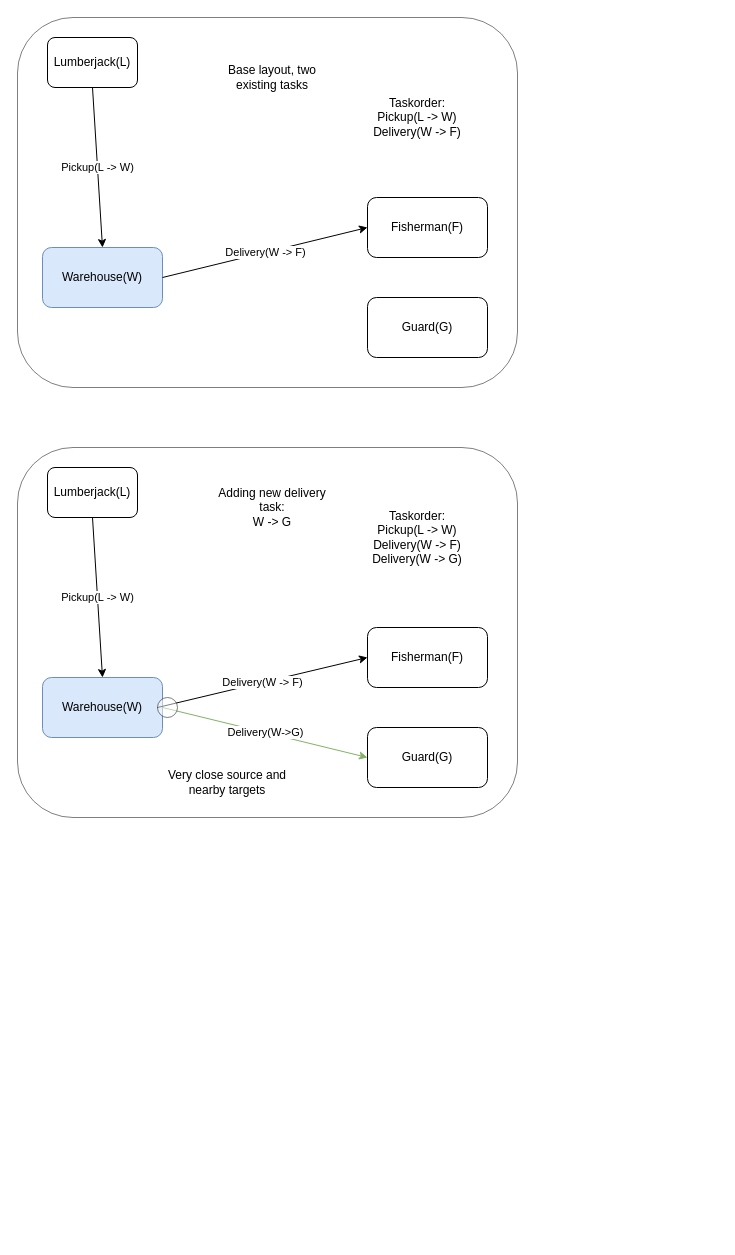
The draw.io diagram draw.IO/Deliveries.drawio in someaddons/minecoloniesDoc, before the edit. Source tidied: cells renumbered, new cells numbered last; positions are measured from the earlier drawing's top-left corner, leaving out a move shared by most shapes. Both pictures are drawn from the tidied source at 100%, with x=0, y=0 at pixel (17, 17).
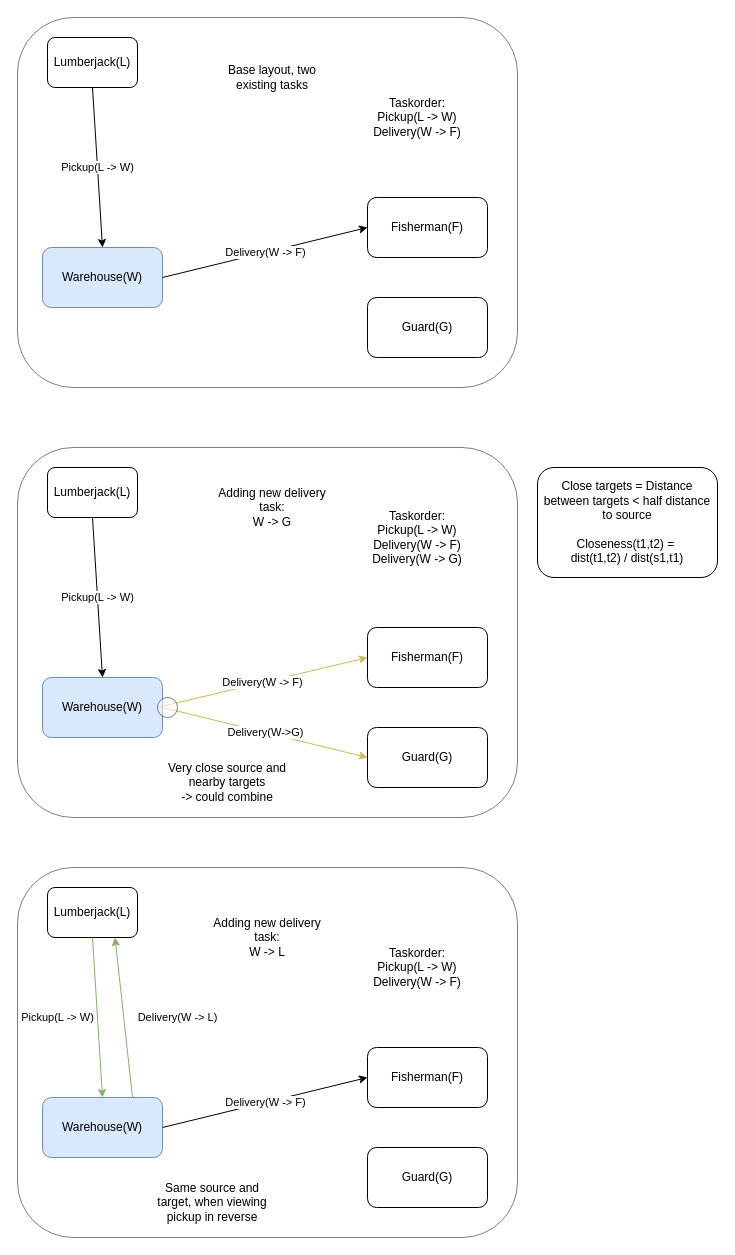
The same page after the edit.

The change refers to these unchanged cells:
```xml
<mxCell id="12" value="Warehouse(W)" style="rounded=1;whiteSpace=wrap;html=1;fillColor=#dae8fc;strokeColor=#6c8ebf;" parent="1" vertex="1">
  <mxGeometry x="25" y="660" width="120" height="60" as="geometry" />
</mxCell>
<mxCell id="14" value="Guard(G)" style="rounded=1;whiteSpace=wrap;html=1;" parent="1" vertex="1">
  <mxGeometry x="350" y="710" width="120" height="60" as="geometry" />
</mxCell>
<mxCell id="15" value="Fisherman(F)" style="rounded=1;whiteSpace=wrap;html=1;" parent="1" vertex="1">
  <mxGeometry x="350" y="610" width="120" height="60" as="geometry" />
</mxCell>
<mxCell id="23" style="ellipse;whiteSpace=wrap;html=1;opacity=50;" parent="1" vertex="1">
  <mxGeometry x="140" y="680" width="20" height="20" as="geometry" />
</mxCell>
```

What changed in the source:
```diff
@@
-    <mxCell id="16" value="Delivery(W -&amp;gt; F)" style="endArrow=classic;html=1;entryX=0;entryY=0.5;entryDx=0;entryDy=0;exitX=0;exitY=0.5;exitDx=0;exitDy=0;" parent="1" edge="1" source="23" target="15">
+    <mxCell id="16" value="Delivery(W -&amp;gt; F)" style="endArrow=classic;html=1;entryX=0;entryY=0.5;entryDx=0;entryDy=0;exitX=0;exitY=0.5;exitDx=0;exitDy=0;fillColor=#fff2cc;strokeColor=#d6b656;" parent="1" edge="1" source="23" target="15">
       <mxGeometry relative="1" as="geometry" />
     </mxCell>
@@
-    <mxCell id="22" value="Delivery(W-&amp;gt;G)" style="endArrow=classic;html=1;entryX=0;entryY=0.5;entryDx=0;entryDy=0;fillColor=#d5e8d4;strokeColor=#82b366;exitX=1;exitY=0.5;exitDx=0;exitDy=0;" parent="1" edge="1" source="12" target="14">
+    <mxCell id="22" value="Delivery(W-&amp;gt;G)" style="endArrow=classic;html=1;entryX=0;entryY=0.5;entryDx=0;entryDy=0;fillColor=#fff2cc;strokeColor=#d6b656;exitX=1;exitY=0.5;exitDx=0;exitDy=0;" parent="1" edge="1" source="12" target="14">
       <mxGeometry relative="1" as="geometry" />
     </mxCell>
@@
-    <mxCell id="24" value="Very close source and nearby targets" style="text;html=1;strokeColor=none;fillColor=none;align=center;verticalAlign=middle;whiteSpace=wrap;rounded=0;opacity=50;" parent="1" vertex="1">
+    <mxCell id="24" value="Very close source and nearby targets&lt;br&gt;-&amp;gt; could combine" style="text;html=1;strokeColor=none;fillColor=none;align=center;verticalAlign=middle;whiteSpace=wrap;rounded=0;opacity=50;" parent="1" vertex="1">
       <mxGeometry x="145" y="750" width="130" height="30" as="geometry" />
     </mxCell>
+    <mxCell id="25" style="rounded=1;whiteSpace=wrap;html=1;opacity=50;" parent="1" vertex="1">
+      <mxGeometry y="850" width="500" height="370" as="geometry" />
+    </mxCell>
+    <mxCell id="26" value="Warehouse(W)" style="rounded=1;whiteSpace=wrap;html=1;fillColor=#dae8fc;strokeColor=#6c8ebf;" parent="1" vertex="1">
+      <mxGeometry x="25" y="1080" width="120" height="60" as="geometry" />
+    </mxCell>
+    <mxCell id="27" value="Lumberjack(L)" style="rounded=1;whiteSpace=wrap;html=1;" parent="1" vertex="1">
+      <mxGeometry x="30" y="870" width="90" height="50" as="geometry" />
+    </mxCell>
+    <mxCell id="28" value="Guard(G)" style="rounded=1;whiteSpace=wrap;html=1;" parent="1" vertex="1">
+      <mxGeometry x="350" y="1130" width="120" height="60" as="geometry" />
+    </mxCell>
+    <mxCell id="29" value="Fisherman(F)" style="rounded=1;whiteSpace=wrap;html=1;" parent="1" vertex="1">
+      <mxGeometry x="350" y="1030" width="120" height="60" as="geometry" />
+    </mxCell>
+    <mxCell id="30" value="Delivery(W -&amp;gt; F)" style="endArrow=classic;html=1;exitX=1;exitY=0.5;exitDx=0;exitDy=0;entryX=0;entryY=0.5;entryDx=0;entryDy=0;" parent="1" edge="1" source="26" target="29">
+      <mxGeometry relative="1" as="geometry" />
+    </mxCell>
+    <mxCell id="31" value="Pickup(L -&amp;gt; W)" style="endArrow=classic;html=1;exitX=0.5;exitY=1;exitDx=0;exitDy=0;entryX=0.5;entryY=0;entryDx=0;entryDy=0;fillColor=#d5e8d4;strokeColor=#82b366;" parent="1" edge="1" source="27" target="26">
+      <mxGeometry x="-0.03" y="-40" relative="1" as="geometry" />
+    </mxCell>
+    <mxCell id="32" style="edgeStyle=orthogonalEdgeStyle;rounded=0;orthogonalLoop=1;jettySize=auto;html=1;exitX=0.5;exitY=1;exitDx=0;exitDy=0;" parent="1" edge="1">
+      <mxGeometry relative="1" as="geometry">
+        <mxPoint x="255" y="930" as="sourcePoint" />
+        <mxPoint x="255" y="930" as="targetPoint" />
+      </mxGeometry>
+    </mxCell>
+    <mxCell id="33" value="Taskorder:&lt;br&gt;Pickup(L -&amp;gt; W)&lt;br&gt;Delivery(W -&amp;gt; F)" style="text;html=1;strokeColor=none;fillColor=none;align=center;verticalAlign=middle;whiteSpace=wrap;rounded=0;opacity=50;" parent="1" vertex="1">
+      <mxGeometry x="350" y="930" width="100" height="40" as="geometry" />
+    </mxCell>
+    <mxCell id="34" value="Adding new delivery task:&lt;br&gt;W -&amp;gt; L" style="text;html=1;strokeColor=none;fillColor=none;align=center;verticalAlign=middle;whiteSpace=wrap;rounded=0;" parent="1" vertex="1">
+      <mxGeometry x="195" y="900" width="110" height="40" as="geometry" />
+    </mxCell>
+    <mxCell id="35" value="Same source and target, when viewing pickup in reverse" style="text;html=1;strokeColor=none;fillColor=none;align=center;verticalAlign=middle;whiteSpace=wrap;rounded=0;opacity=50;" parent="1" vertex="1">
+      <mxGeometry x="130" y="1170" width="130" height="30" as="geometry" />
+    </mxCell>
+    <mxCell id="36" value="Delivery(W -&amp;gt; L)" style="endArrow=classic;html=1;exitX=0.75;exitY=0;exitDx=0;exitDy=0;entryX=0.75;entryY=1;entryDx=0;entryDy=0;fillColor=#d5e8d4;strokeColor=#82b366;" parent="1" edge="1" source="26" target="27">
+      <mxGeometry x="-0.07" y="-53" relative="1" as="geometry" />
+    </mxCell>
+    <mxCell id="37" value="Close targets = Distance between targets &amp;lt; half distance to source&lt;br&gt;&lt;br&gt;Closeness(t1,t2) =&amp;nbsp;&lt;br&gt;dist(t1,t2) / dist(s1,t1)" style="rounded=1;whiteSpace=wrap;html=1;" parent="1" vertex="1">
+      <mxGeometry x="520" y="450" width="180" height="110" as="geometry" />
+    </mxCell>
```
